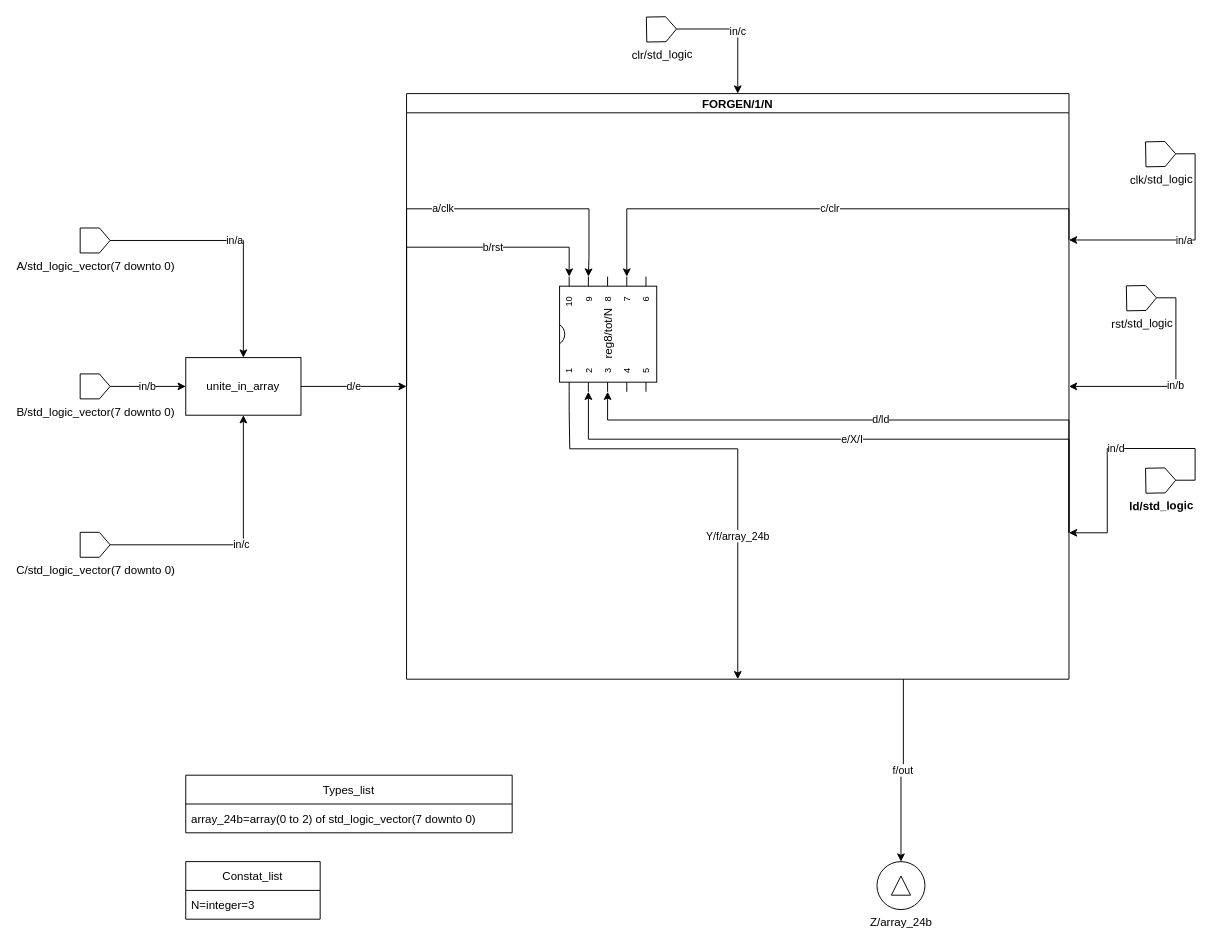
Chewilog/RTL_GEN keeps this draw.io diagram as page "Page-14" (14 of 15) of Untitled Diagram.drawio. Above is the earlier version. Source tidied: cells renumbered, new cells numbered last; positions are measured from the earlier drawing's top-left corner, leaving out a move shared by most shapes. Both pictures are drawn from the tidied source at 96%, with x=0, y=0 at pixel (80, 16).
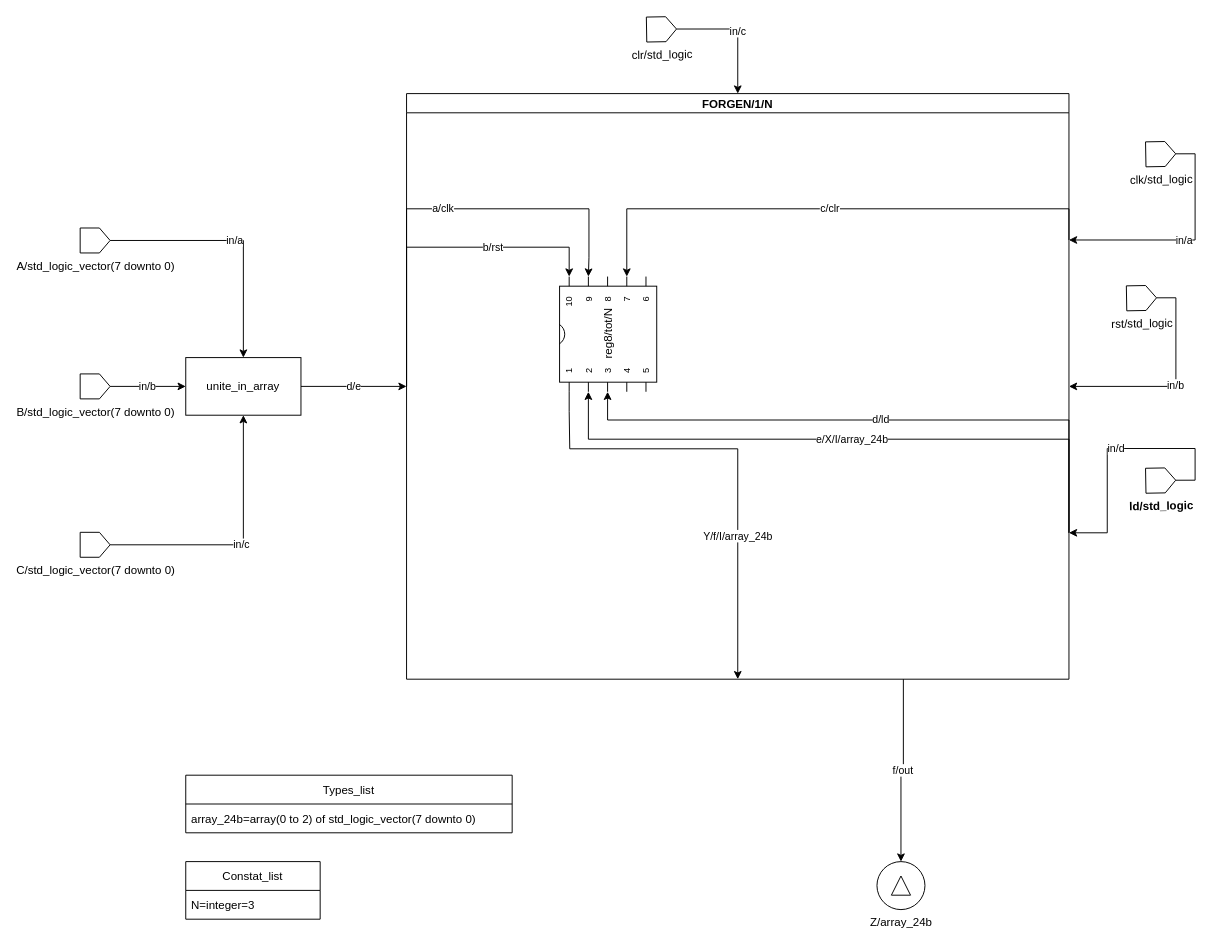
Above is the later version.

Unchanged cells that the change refers to:
```xml
<mxCell id="3" value="FORGEN/1/N" style="swimlane;startSize=20;horizontal=1;containerType=tree;enumerate=0;" parent="1" vertex="1">
  <mxGeometry x="340" y="80" width="690" height="610" as="geometry" />
</mxCell>
<mxCell id="5" value="reg8/tot/N" style="shadow=0;dashed=0;align=center;html=1;strokeWidth=1;shape=mxgraph.electrical.logic_gates.dual_inline_ic;labelNames=a,b,c,d,e,f,g,h,i,j,k,l,m,n,o,p,q,r,s,t;rotation=-90;pinLabelType=gen;" parent="3" vertex="1">
  <mxGeometry x="150" y="200" width="120" height="101.2" as="geometry" />
</mxCell>
```

Change to the diagram source:
```diff
@@
-    <mxCell id="4" value="Y/f/array_24b" style="edgeStyle=orthogonalEdgeStyle;rounded=0;jettySize=auto;html=1;exitX=0;exitY=0;exitDx=0;exitDy=10;exitPerimeter=0;entryX=0.5;entryY=1;entryDx=0;entryDy=0;" parent="3" edge="1" source="5" target="3">
+    <mxCell id="4" value="Y/f/I/array_24b" style="edgeStyle=orthogonalEdgeStyle;rounded=0;jettySize=auto;html=1;exitX=0;exitY=0;exitDx=0;exitDy=10;exitPerimeter=0;entryX=0.5;entryY=1;entryDx=0;entryDy=0;" parent="3" edge="1" source="5" target="3">
       <mxGeometry x="0.37" relative="1" as="geometry">
         <Array as="points">
           <mxPoint x="169" y="331" />
           <mxPoint x="170" y="370" />
           <mxPoint x="200" y="370" />
         </Array>
       </mxGeometry>
     </mxCell>
@@
-    <mxCell id="9" value="e/X/I" style="edgeStyle=orthogonalEdgeStyle;rounded=0;jettySize=auto;html=1;exitX=1;exitY=0.75;exitDx=0;exitDy=0;entryX=0;entryY=0;entryDx=0;entryDy=30;entryPerimeter=0;" parent="3" edge="1" source="3" target="5">
+    <mxCell id="9" value="e/X/I/array_24b" style="edgeStyle=orthogonalEdgeStyle;rounded=0;jettySize=auto;html=1;exitX=1;exitY=0.75;exitDx=0;exitDy=0;entryX=0;entryY=0;entryDx=0;entryDy=30;entryPerimeter=0;" parent="3" edge="1" source="3" target="5">
       <mxGeometry relative="1" as="geometry">
         <Array as="points">
           <mxPoint x="189" y="360" />
         </Array>
       </mxGeometry>
     </mxCell>
```
